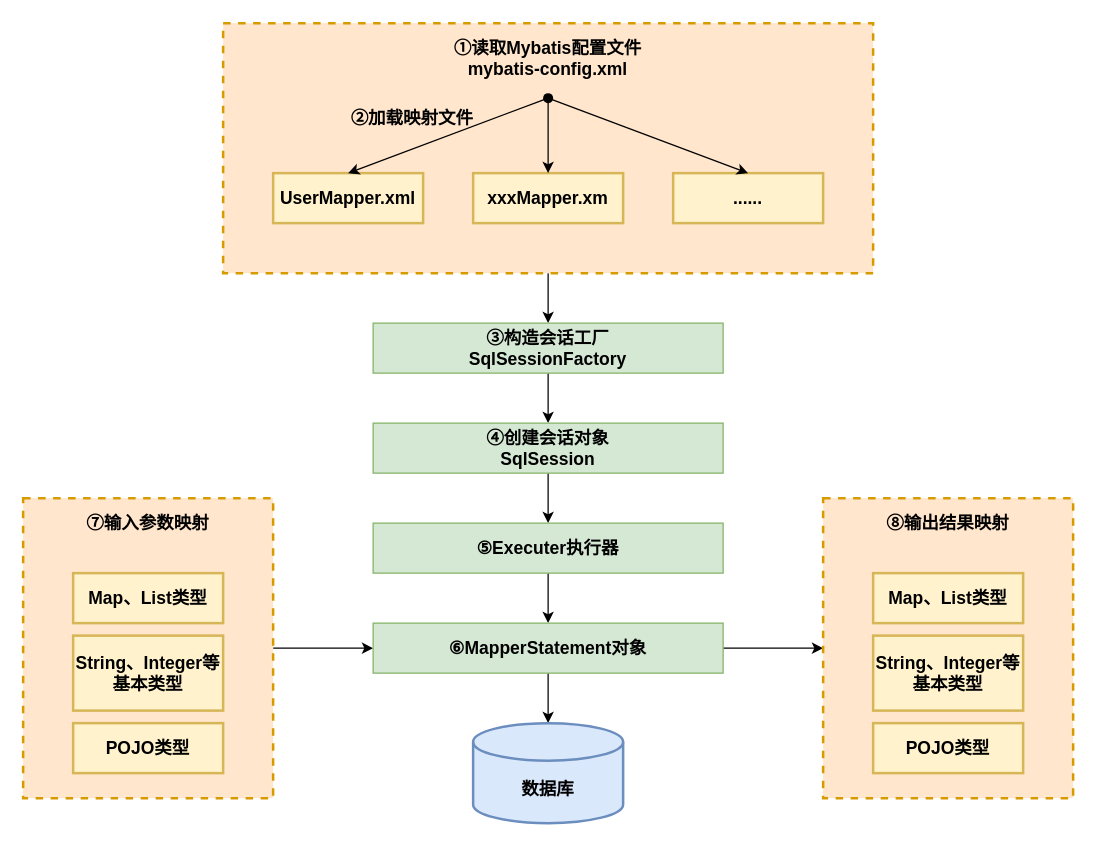
This is Java/Mybatis/Mybatis基础/Mybatis工作原理.drawio from Developer-Tang/notes, a draw.io file, before an edit. Source tidied: cells renumbered, new cells numbered last; positions are measured from the earlier drawing's top-left corner, leaving out a move shared by most shapes. Both pictures are drawn from the tidied source at 125%, with x=0, y=0 at pixel (22, 22).
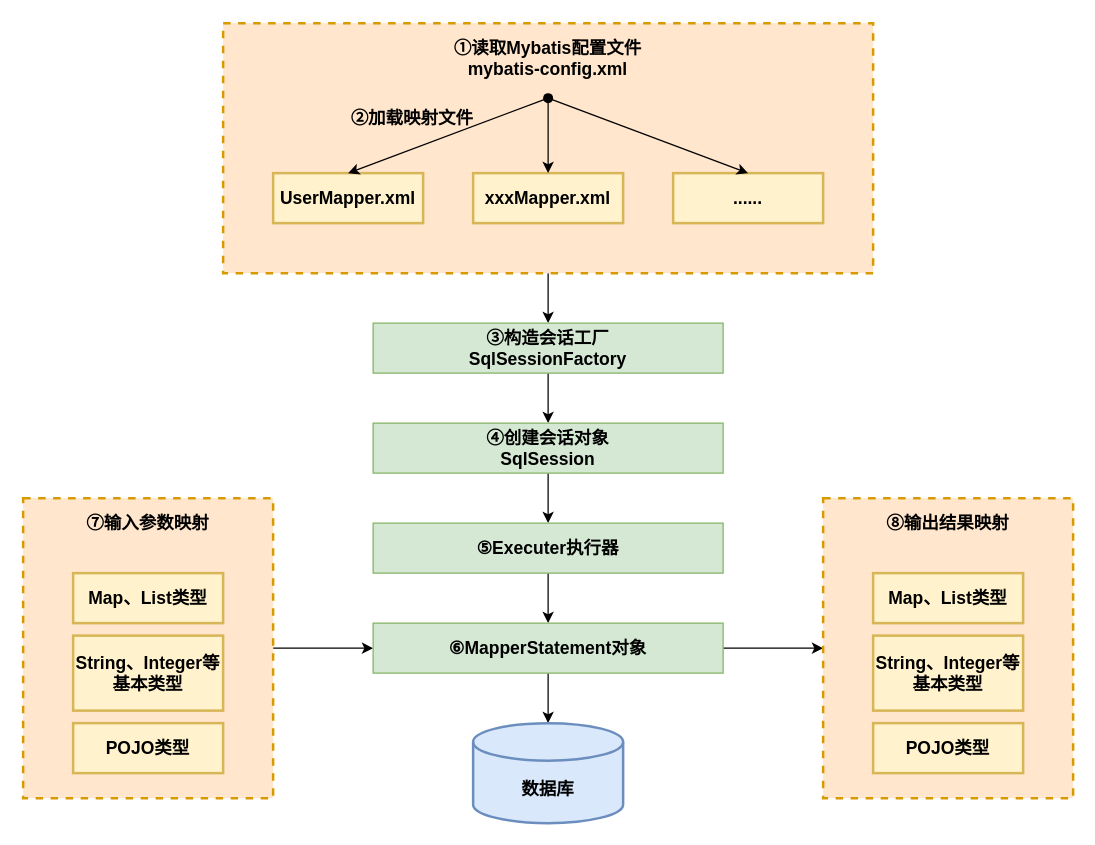
The same page after the edit.

Diff of the diagram source:
```diff
@@
-    <mxCell id="7" value="xxxMapper.xm" style="rounded=0;whiteSpace=wrap;html=1;strokeWidth=2;fontSize=14;fillColor=#fff2cc;fontStyle=1;strokeColor=#d6b656;" parent="1" vertex="1">
+    <mxCell id="7" value="xxxMapper.xml" style="rounded=0;whiteSpace=wrap;html=1;strokeWidth=2;fontSize=14;fillColor=#fff2cc;fontStyle=1;strokeColor=#d6b656;" parent="1" vertex="1">
       <mxGeometry x="360" y="120" width="120" height="40" as="geometry" />
     </mxCell>
```
